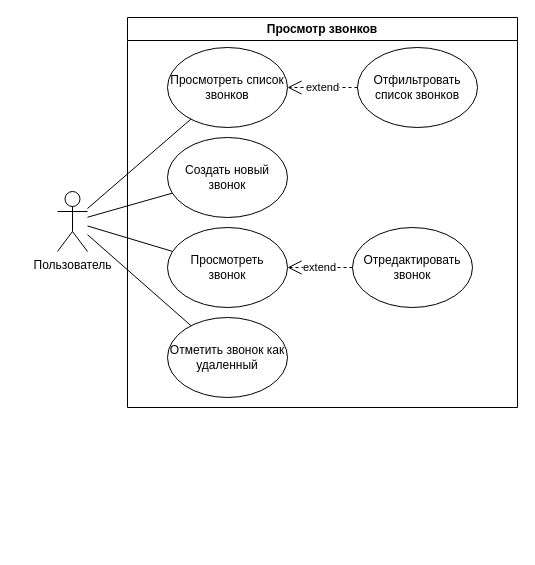
ipaingo/study keeps this draw.io diagram as page "просмотр звонков" (4 of 13) of диплом/итоговый Жени/Untitled Diagram.drawio. Above is the earlier version. Source tidied: cells renumbered, new cells numbered last; positions are measured from the earlier drawing's top-left corner, leaving out a move shared by most shapes. Both pictures are drawn from the tidied source at 100%, with x=0, y=0 at pixel (57, 17).
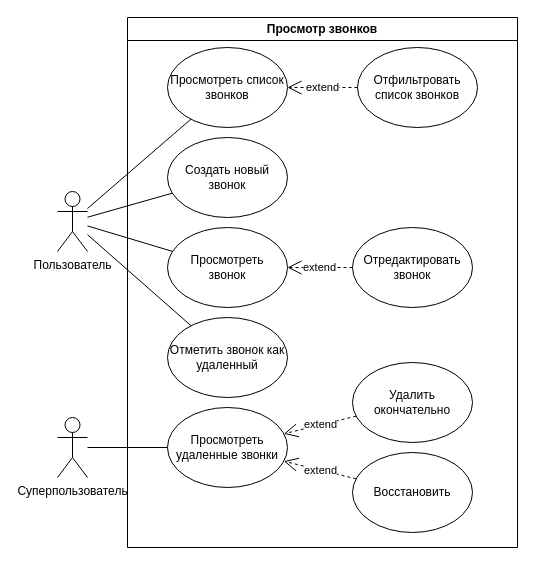
After the change.

Change to the diagram source:
```diff
@@
     <mxCell id="2" value="Просмотр звонков" style="swimlane;whiteSpace=wrap;html=1;" parent="1" vertex="1">
-      <mxGeometry x="70" width="390" height="390" as="geometry" />
+      <mxGeometry x="70" width="390" height="530" as="geometry" />
     </mxCell>
@@
+    <mxCell id="16" value="Просмотреть удаленные звонки" style="ellipse;whiteSpace=wrap;html=1;" parent="2" vertex="1">
+      <mxGeometry x="40" y="390" width="120" height="80" as="geometry" />
+    </mxCell>
+    <mxCell id="17" value="extend" style="endArrow=open;endSize=12;dashed=1;html=1;rounded=0;" parent="2" edge="1" source="18" target="16">
+      <mxGeometry relative="1" as="geometry" />
+    </mxCell>
+    <mxCell id="18" value="Удалить окончательно" style="ellipse;whiteSpace=wrap;html=1;" parent="2" vertex="1">
+      <mxGeometry x="225" y="345" width="120" height="80" as="geometry" />
+    </mxCell>
+    <mxCell id="19" value="Восстановить" style="ellipse;whiteSpace=wrap;html=1;" parent="2" vertex="1">
+      <mxGeometry x="225" y="435" width="120" height="80" as="geometry" />
+    </mxCell>
+    <mxCell id="20" value="extend" style="endArrow=open;endSize=12;dashed=1;html=1;rounded=0;" parent="2" edge="1" source="19" target="16">
+      <mxGeometry relative="1" as="geometry" />
+    </mxCell>
@@
+    <mxCell id="21" value="Суперпользователь" style="shape=umlActor;verticalLabelPosition=bottom;verticalAlign=top;html=1;outlineConnect=0;" parent="1" vertex="1">
+      <mxGeometry y="400" width="30" height="60" as="geometry" />
+    </mxCell>
+    <mxCell id="22" style="rounded=0;jettySize=auto;html=1;endArrow=none;startFill=0;" parent="1" edge="1" source="16" target="21">
+      <mxGeometry relative="1" as="geometry" />
+    </mxCell>
```
